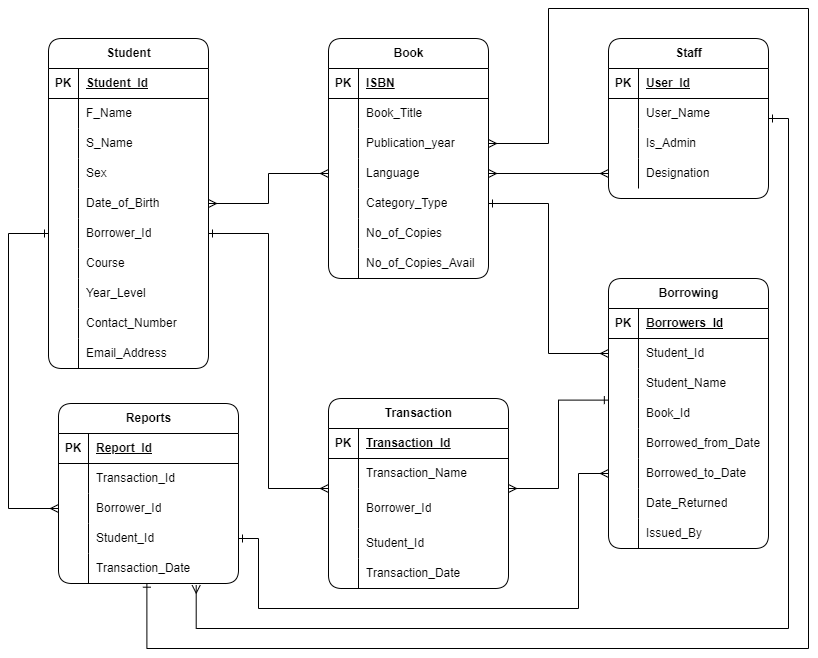
Earlier version of the draw.io export ERP.png (Jayrou12345/Flowchart). Source tidied: cells renumbered, new cells last; positions are measured from the earlier drawing's top-left corner, leaving out a move shared by most shapes.
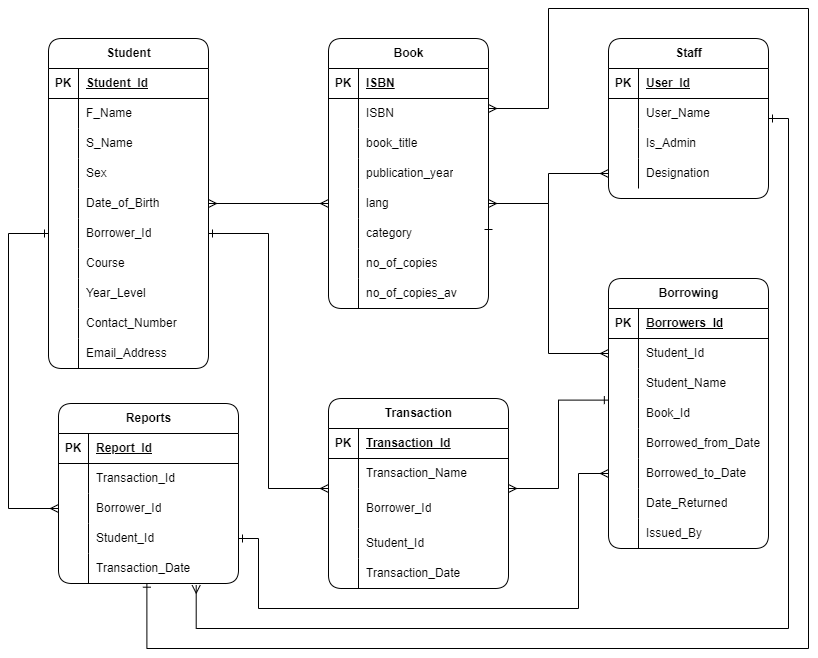
The same file after the commit.

The edit, as a diff of the source:
```diff
@@ -3,7 +3,7 @@
     <mxCell id="0" />
     <mxCell id="1" parent="0" />
     <mxCell id="2" value="Book" style="shape=table;startSize=30;rowLines=0;fontStyle=1;align=center;html=1;rounded=1;labelBackgroundColor=none;" parent="1" vertex="1">
-      <mxGeometry x="320" y="30" width="160" height="240" as="geometry" />
+      <mxGeometry x="320" y="30" width="160" height="270" as="geometry" />
     </mxCell>
     <mxCell id="3" style="shape=tableRow;horizontal=0;startSize=0;swimlaneHead=0;swimlaneBody=0;fillColor=none;top=0;left=0;right=0;bottom=1;rounded=1;labelBackgroundColor=none;" parent="2" vertex="1">
       <mxGeometry y="30" width="160" height="30" as="geometry" />
@@ -14,58 +14,67 @@
     <mxCell id="5" value="ISBN" style="shape=partialRectangle;fillColor=none;top=0;left=0;bottom=0;right=0;align=left;spacingLeft=6;fontStyle=5;overflow=hidden;whiteSpace=wrap;html=1;rounded=1;labelBackgroundColor=none;" parent="3" vertex="1">
       <mxGeometry x="30" width="130" height="30" as="geometry" />
     </mxCell>
+    <mxCell id="134" style="shape=tableRow;horizontal=0;startSize=0;swimlaneHead=0;swimlaneBody=0;fillColor=none;top=0;left=0;right=0;bottom=0;rounded=1;labelBackgroundColor=none;" parent="2" vertex="1">
+      <mxGeometry y="60" width="160" height="30" as="geometry" />
+    </mxCell>
+    <mxCell id="135" style="shape=partialRectangle;fillColor=none;top=0;left=0;bottom=0;right=0;overflow=hidden;whiteSpace=wrap;html=1;rounded=1;labelBackgroundColor=none;" parent="134" vertex="1">
+      <mxGeometry width="30" height="30" as="geometry" />
+    </mxCell>
+    <mxCell id="136" value="ISBN" style="shape=partialRectangle;fillColor=none;top=0;left=0;bottom=0;right=0;align=left;spacingLeft=6;overflow=hidden;whiteSpace=wrap;html=1;rounded=1;labelBackgroundColor=none;" parent="134" vertex="1">
+      <mxGeometry x="30" width="130" height="30" as="geometry" />
+    </mxCell>
     <mxCell id="6" style="shape=tableRow;horizontal=0;startSize=0;swimlaneHead=0;swimlaneBody=0;fillColor=none;top=0;left=0;right=0;bottom=0;rounded=1;labelBackgroundColor=none;" parent="2" vertex="1">
-      <mxGeometry y="60" width="160" height="30" as="geometry" />
+      <mxGeometry y="90" width="160" height="30" as="geometry" />
     </mxCell>
     <mxCell id="7" style="shape=partialRectangle;fillColor=none;top=0;left=0;bottom=0;right=0;overflow=hidden;whiteSpace=wrap;html=1;rounded=1;labelBackgroundColor=none;" parent="6" vertex="1">
       <mxGeometry width="30" height="30" as="geometry" />
     </mxCell>
-    <mxCell id="8" value="Book_Title" style="shape=partialRectangle;fillColor=none;top=0;left=0;bottom=0;right=0;align=left;spacingLeft=6;overflow=hidden;whiteSpace=wrap;html=1;rounded=1;labelBackgroundColor=none;" parent="6" vertex="1">
+    <mxCell id="8" value="book_title&lt;span style=&quot;white-space: pre;&quot;&gt;&#9;&lt;/span&gt;" style="shape=partialRectangle;fillColor=none;top=0;left=0;bottom=0;right=0;align=left;spacingLeft=6;overflow=hidden;whiteSpace=wrap;html=1;rounded=1;labelBackgroundColor=none;" parent="6" vertex="1">
       <mxGeometry x="30" width="130" height="30" as="geometry" />
     </mxCell>
     <mxCell id="9" style="shape=tableRow;horizontal=0;startSize=0;swimlaneHead=0;swimlaneBody=0;fillColor=none;points=[[0,0.5],[1,0.5]];portConstraint=eastwest;top=0;left=0;right=0;bottom=0;rounded=1;labelBackgroundColor=none;" parent="2" vertex="1">
-      <mxGeometry y="90" width="160" height="30" as="geometry" />
+      <mxGeometry y="120" width="160" height="30" as="geometry" />
     </mxCell>
     <mxCell id="10" style="shape=partialRectangle;fillColor=none;top=0;left=0;bottom=0;right=0;overflow=hidden;whiteSpace=wrap;html=1;rounded=1;labelBackgroundColor=none;" parent="9" vertex="1">
       <mxGeometry width="30" height="30" as="geometry" />
     </mxCell>
-    <mxCell id="11" value="Publication_year" style="shape=partialRectangle;fillColor=none;top=0;left=0;bottom=0;right=0;align=left;spacingLeft=6;overflow=hidden;whiteSpace=wrap;html=1;rounded=1;labelBackgroundColor=none;" parent="9" vertex="1">
+    <mxCell id="11" value="publication_year" style="shape=partialRectangle;fillColor=none;top=0;left=0;bottom=0;right=0;align=left;spacingLeft=6;overflow=hidden;whiteSpace=wrap;html=1;rounded=1;labelBackgroundColor=none;" parent="9" vertex="1">
       <mxGeometry x="30" width="130" height="30" as="geometry" />
     </mxCell>
     <mxCell id="12" style="shape=tableRow;horizontal=0;startSize=0;swimlaneHead=0;swimlaneBody=0;fillColor=none;points=[[0,0.5],[1,0.5]];portConstraint=eastwest;top=0;left=0;right=0;bottom=0;rounded=1;labelBackgroundColor=none;" parent="2" vertex="1">
-      <mxGeometry y="120" width="160" height="30" as="geometry" />
+      <mxGeometry y="150" width="160" height="30" as="geometry" />
     </mxCell>
     <mxCell id="13" style="shape=partialRectangle;fillColor=none;top=0;left=0;bottom=0;right=0;overflow=hidden;whiteSpace=wrap;html=1;rounded=1;labelBackgroundColor=none;" parent="12" vertex="1">
       <mxGeometry width="30" height="30" as="geometry" />
     </mxCell>
-    <mxCell id="14" value="Language" style="shape=partialRectangle;fillColor=none;top=0;left=0;bottom=0;right=0;align=left;spacingLeft=6;overflow=hidden;whiteSpace=wrap;html=1;rounded=1;labelBackgroundColor=none;" parent="12" vertex="1">
+    <mxCell id="14" value="lang" style="shape=partialRectangle;fillColor=none;top=0;left=0;bottom=0;right=0;align=left;spacingLeft=6;overflow=hidden;whiteSpace=wrap;html=1;rounded=1;labelBackgroundColor=none;" parent="12" vertex="1">
       <mxGeometry x="30" width="130" height="30" as="geometry" />
     </mxCell>
     <mxCell id="15" style="shape=tableRow;horizontal=0;startSize=0;swimlaneHead=0;swimlaneBody=0;fillColor=none;points=[[0,0.5],[1,0.5]];portConstraint=eastwest;top=0;left=0;right=0;bottom=0;rounded=1;labelBackgroundColor=none;" parent="2" vertex="1">
-      <mxGeometry y="150" width="160" height="30" as="geometry" />
+      <mxGeometry y="180" width="160" height="30" as="geometry" />
     </mxCell>
     <mxCell id="16" style="shape=partialRectangle;fillColor=none;top=0;left=0;bottom=0;right=0;overflow=hidden;whiteSpace=wrap;html=1;rounded=1;labelBackgroundColor=none;" parent="15" vertex="1">
       <mxGeometry width="30" height="30" as="geometry" />
     </mxCell>
-    <mxCell id="17" value="Category_Type" style="shape=partialRectangle;fillColor=none;top=0;left=0;bottom=0;right=0;align=left;spacingLeft=6;overflow=hidden;whiteSpace=wrap;html=1;rounded=1;labelBackgroundColor=none;" parent="15" vertex="1">
+    <mxCell id="17" value="category" style="shape=partialRectangle;fillColor=none;top=0;left=0;bottom=0;right=0;align=left;spacingLeft=6;overflow=hidden;whiteSpace=wrap;html=1;rounded=1;labelBackgroundColor=none;" parent="15" vertex="1">
       <mxGeometry x="30" width="130" height="30" as="geometry" />
     </mxCell>
     <mxCell id="18" style="shape=tableRow;horizontal=0;startSize=0;swimlaneHead=0;swimlaneBody=0;fillColor=none;top=0;left=0;right=0;bottom=0;rounded=1;labelBackgroundColor=none;" parent="2" vertex="1">
-      <mxGeometry y="180" width="160" height="30" as="geometry" />
+      <mxGeometry y="210" width="160" height="30" as="geometry" />
     </mxCell>
     <mxCell id="19" style="shape=partialRectangle;fillColor=none;top=0;left=0;bottom=0;right=0;overflow=hidden;whiteSpace=wrap;html=1;rounded=1;labelBackgroundColor=none;" parent="18" vertex="1">
       <mxGeometry width="30" height="30" as="geometry" />
     </mxCell>
-    <mxCell id="20" value="No_of_Copies" style="shape=partialRectangle;fillColor=none;top=0;left=0;bottom=0;right=0;align=left;spacingLeft=6;overflow=hidden;whiteSpace=wrap;html=1;rounded=1;labelBackgroundColor=none;" parent="18" vertex="1">
+    <mxCell id="20" value="no_of_copies" style="shape=partialRectangle;fillColor=none;top=0;left=0;bottom=0;right=0;align=left;spacingLeft=6;overflow=hidden;whiteSpace=wrap;html=1;rounded=1;labelBackgroundColor=none;" parent="18" vertex="1">
       <mxGeometry x="30" width="130" height="30" as="geometry" />
     </mxCell>
     <mxCell id="21" style="shape=tableRow;horizontal=0;startSize=0;swimlaneHead=0;swimlaneBody=0;fillColor=none;top=0;left=0;right=0;bottom=0;rounded=1;labelBackgroundColor=none;" parent="2" vertex="1">
-      <mxGeometry y="210" width="160" height="30" as="geometry" />
+      <mxGeometry y="240" width="160" height="30" as="geometry" />
     </mxCell>
     <mxCell id="22" style="shape=partialRectangle;fillColor=none;top=0;left=0;bottom=0;right=0;overflow=hidden;whiteSpace=wrap;html=1;rounded=1;labelBackgroundColor=none;" parent="21" vertex="1">
       <mxGeometry width="30" height="30" as="geometry" />
     </mxCell>
-    <mxCell id="23" value="No_of_Copies_Avail" style="shape=partialRectangle;fillColor=none;top=0;left=0;bottom=0;right=0;align=left;spacingLeft=6;overflow=hidden;whiteSpace=wrap;html=1;rounded=1;labelBackgroundColor=none;" parent="21" vertex="1">
+    <mxCell id="23" value="no_of_copies_av" style="shape=partialRectangle;fillColor=none;top=0;left=0;bottom=0;right=0;align=left;spacingLeft=6;overflow=hidden;whiteSpace=wrap;html=1;rounded=1;labelBackgroundColor=none;" parent="21" vertex="1">
       <mxGeometry x="30" width="130" height="30" as="geometry" />
     </mxCell>
     <mxCell id="24" value="Borrowing" style="shape=table;startSize=30;rowLines=0;fontStyle=1;align=center;html=1;rounded=1;labelBackgroundColor=none;" parent="1" vertex="1">
@@ -417,10 +426,12 @@
         </Array>
       </mxGeometry>
     </mxCell>
-    <mxCell id="131" style="edgeStyle=orthogonalEdgeStyle;rounded=0;jettySize=auto;html=1;entryX=0.491;entryY=0.99;entryDx=0;entryDy=0;entryPerimeter=0;startArrow=ERmany;startFill=0;endArrow=ERone;endFill=0;" parent="1" edge="1" source="9" target="124">
+    <mxCell id="131" style="edgeStyle=orthogonalEdgeStyle;rounded=0;jettySize=auto;html=1;entryX=0.491;entryY=0.99;entryDx=0;entryDy=0;entryPerimeter=0;startArrow=ERmany;startFill=0;endArrow=ERone;endFill=0;" parent="1" edge="1" target="124">
       <mxGeometry relative="1" as="geometry">
+        <mxPoint x="480" y="100" as="sourcePoint" />
         <Array as="points">
-          <mxPoint x="540" y="135" />
+          <mxPoint x="480" y="100" />
+          <mxPoint x="540" y="100" />
           <mxPoint x="540" />
           <mxPoint x="800" />
           <mxPoint x="800" y="640" />
```
